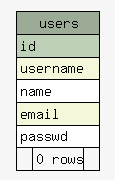
Earlier version of the Graphviz export dbDocs/diagrams/summary/users.1degree.png (btv/DED_backend). Its source is kept beside it as dbDocs/diagrams/summary/users.1degree.dot.
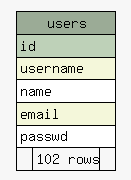
Above is the later version.

The edit, as a diff of the source:
```diff
@@ -24,7 +24,7 @@
       <TR><TD PORT="name" COLSPAN="3" ALIGN="LEFT">name</TD></TR>
       <TR><TD PORT="email" COLSPAN="3" BGCOLOR="#f4f7da" ALIGN="LEFT">email</TD></TR>
       <TR><TD PORT="passwd" COLSPAN="3" ALIGN="LEFT">passwd</TD></TR>
-      <TR><TD ALIGN="LEFT" BGCOLOR="#f7f7f7">  </TD><TD ALIGN="RIGHT" BGCOLOR="#f7f7f7">0 rows</TD><TD ALIGN="RIGHT" BGCOLOR="#f7f7f7">  </TD></TR>
+      <TR><TD ALIGN="LEFT" BGCOLOR="#f7f7f7">  </TD><TD ALIGN="RIGHT" BGCOLOR="#f7f7f7">102 rows</TD><TD ALIGN="RIGHT" BGCOLOR="#f7f7f7">  </TD></TR>
     </TABLE>>
     URL="tables/users.html"
     tooltip="users"
```
